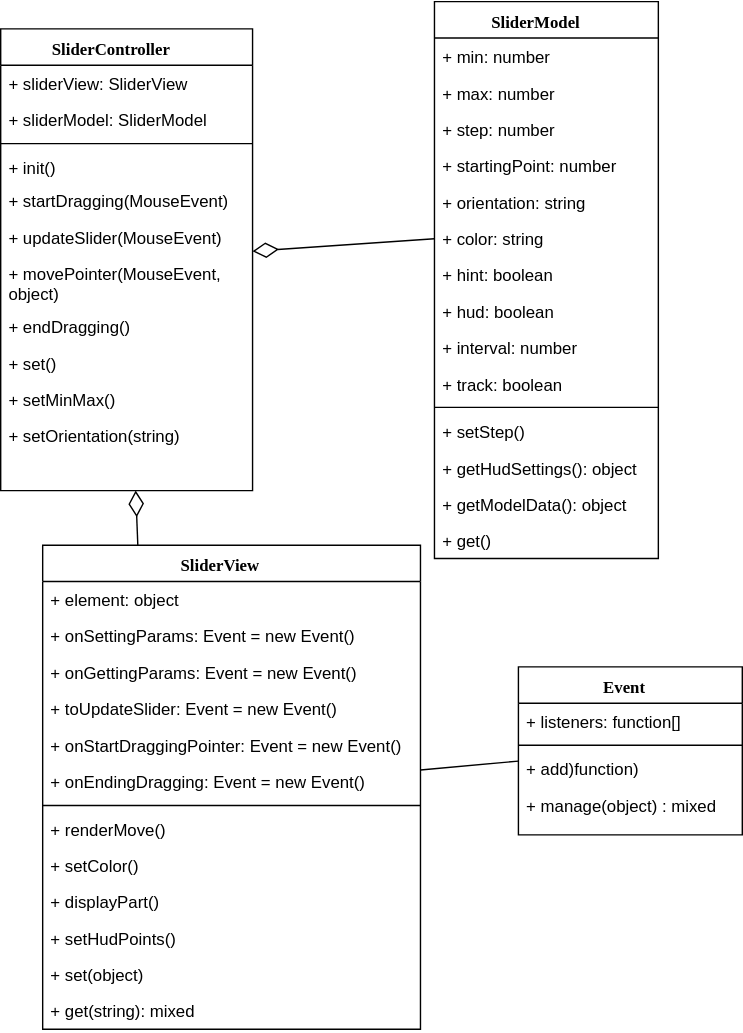
Above: UML.svg in SpekalsG3/SliderPlugin (draw.io), before the change. Source tidied: cells renumbered, new cells last; positions are measured from the earlier drawing's top-left corner, leaving out a move shared by most shapes.
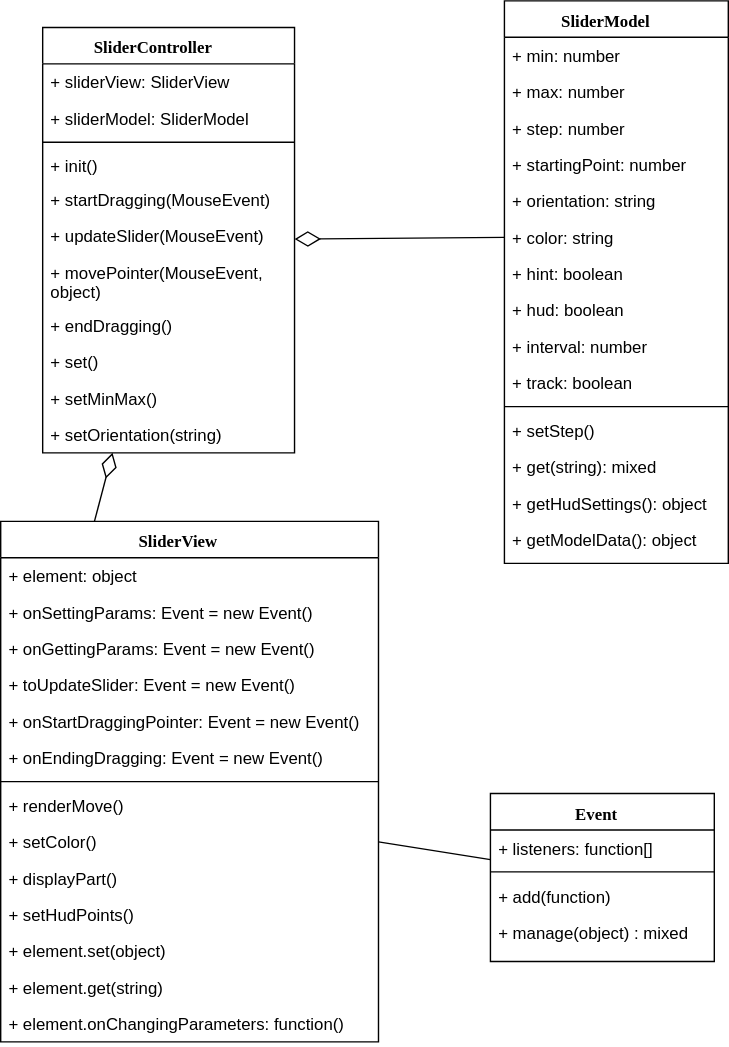
The same diagram one commit later.

Commit message:
Updated UML diagram for new features

What changed in the source:
```diff
@@ -3,7 +3,7 @@
     <mxCell id="0" />
     <mxCell id="1" parent="0" />
     <mxCell id="2" value="SliderController" style="swimlane;html=1;fontStyle=1;align=center;verticalAlign=top;horizontal=1;startSize=26;swimlaneFillColor=#ffffff;rounded=0;shadow=0;comic=0;labelBackgroundColor=none;strokeColor=#000000;strokeWidth=1;fillColor=none;fontFamily=Verdana;fontSize=12;fontColor=#000000;" parent="1" vertex="1">
-      <mxGeometry y="19" width="180" height="330" as="geometry" />
+      <mxGeometry y="19" width="180" height="304" as="geometry" />
     </mxCell>
     <mxCell id="3" value="+ sliderView: SliderView" style="text;html=1;strokeColor=none;fillColor=none;align=left;verticalAlign=top;spacingLeft=4;spacingRight=4;whiteSpace=wrap;overflow=hidden;" parent="2" vertex="1">
       <mxGeometry y="26" width="180" height="26" as="geometry" />
@@ -42,7 +42,7 @@
       <mxGeometry relative="1" as="geometry" />
     </mxCell>
     <mxCell id="15" value="SliderView" style="swimlane;html=1;fontStyle=1;align=center;verticalAlign=top;horizontal=1;startSize=26;swimlaneFillColor=#ffffff;rounded=0;shadow=0;comic=0;labelBackgroundColor=none;strokeColor=#000000;strokeWidth=1;fillColor=none;fontFamily=Verdana;fontSize=12;fontColor=#000000;" parent="1" vertex="1">
-      <mxGeometry x="30" y="388" width="270" height="346" as="geometry" />
+      <mxGeometry x="-30" y="372" width="270" height="372" as="geometry" />
     </mxCell>
     <mxCell id="16" value="+ element: object" style="text;html=1;strokeColor=none;fillColor=none;align=left;verticalAlign=top;spacingLeft=4;spacingRight=4;whiteSpace=wrap;overflow=hidden;" parent="15" vertex="1">
       <mxGeometry y="26" width="270" height="26" as="geometry" />
@@ -77,14 +77,17 @@
     <mxCell id="26" value="+ setHudPoints()" style="text;html=1;strokeColor=none;fillColor=none;align=left;verticalAlign=top;spacingLeft=4;spacingRight=4;whiteSpace=wrap;overflow=hidden;" parent="15" vertex="1">
       <mxGeometry y="268" width="270" height="26" as="geometry" />
     </mxCell>
-    <mxCell id="27" value="+ set(object)" style="text;html=1;strokeColor=none;fillColor=none;align=left;verticalAlign=top;spacingLeft=4;spacingRight=4;whiteSpace=wrap;overflow=hidden;" parent="15" vertex="1">
+    <mxCell id="27" value="+ element.set(object)" style="text;html=1;strokeColor=none;fillColor=none;align=left;verticalAlign=top;spacingLeft=4;spacingRight=4;whiteSpace=wrap;overflow=hidden;" parent="15" vertex="1">
       <mxGeometry y="294" width="270" height="26" as="geometry" />
     </mxCell>
-    <mxCell id="28" value="+ get(string): mixed" style="text;html=1;strokeColor=none;fillColor=none;align=left;verticalAlign=top;spacingLeft=4;spacingRight=4;whiteSpace=wrap;overflow=hidden;" parent="15" vertex="1">
-      <mxGeometry y="320" width="270" height="26" as="geometry" />
-    </mxCell>
+    <mxCell id="52" value="+ element.get(string)" style="text;html=1;strokeColor=none;fillColor=none;align=left;verticalAlign=top;spacingLeft=4;spacingRight=4;whiteSpace=wrap;overflow=hidden;" parent="15" vertex="1">
+      <mxGeometry y="320" width="270" height="26" as="geometry" />
+    </mxCell>
+    <mxCell id="53" value="+ element.onChangingParameters: function()" style="text;html=1;strokeColor=none;fillColor=none;align=left;verticalAlign=top;spacingLeft=4;spacingRight=4;whiteSpace=wrap;overflow=hidden;" parent="15" vertex="1">
+      <mxGeometry y="346" width="270" height="26" as="geometry" />
+    </mxCell>
     <mxCell id="29" value="SliderModel" style="swimlane;html=1;fontStyle=1;align=center;verticalAlign=top;horizontal=1;startSize=26;swimlaneFillColor=#ffffff;rounded=0;shadow=0;comic=0;labelBackgroundColor=none;strokeColor=#000000;strokeWidth=1;fillColor=none;fontFamily=Verdana;fontSize=12;fontColor=#000000;" parent="1" vertex="1">
-      <mxGeometry x="310" y="-0.5" width="160" height="398" as="geometry" />
+      <mxGeometry x="330" width="160" height="402" as="geometry" />
     </mxCell>
     <mxCell id="30" value="+ min: number" style="text;html=1;strokeColor=none;fillColor=none;align=left;verticalAlign=top;spacingLeft=4;spacingRight=4;whiteSpace=wrap;overflow=hidden;" parent="29" vertex="1">
       <mxGeometry y="26" width="160" height="26" as="geometry" />
@@ -122,20 +125,20 @@
     <mxCell id="41" value="+ setStep()" style="text;html=1;strokeColor=none;fillColor=none;align=left;verticalAlign=top;spacingLeft=4;spacingRight=4;whiteSpace=wrap;overflow=hidden;" parent="29" vertex="1">
       <mxGeometry y="294" width="160" height="26" as="geometry" />
     </mxCell>
+    <mxCell id="28" value="+ get(string): mixed" style="text;html=1;strokeColor=none;fillColor=none;align=left;verticalAlign=top;spacingLeft=4;spacingRight=4;whiteSpace=wrap;overflow=hidden;" parent="29" vertex="1">
+      <mxGeometry y="320" width="160" height="26" as="geometry" />
+    </mxCell>
     <mxCell id="42" value="+ getHudSettings(): object" style="text;html=1;strokeColor=none;fillColor=none;align=left;verticalAlign=top;spacingLeft=4;spacingRight=4;whiteSpace=wrap;overflow=hidden;" parent="29" vertex="1">
-      <mxGeometry y="320" width="160" height="26" as="geometry" />
+      <mxGeometry y="346" width="160" height="26" as="geometry" />
     </mxCell>
     <mxCell id="43" value="+ getModelData(): object" style="text;html=1;strokeColor=none;fillColor=none;align=left;verticalAlign=top;spacingLeft=4;spacingRight=4;whiteSpace=wrap;overflow=hidden;" parent="29" vertex="1">
-      <mxGeometry y="346" width="160" height="26" as="geometry" />
+      <mxGeometry y="372" width="160" height="26" as="geometry" />
     </mxCell>
-    <mxCell id="44" value="+ get()" style="text;html=1;strokeColor=none;fillColor=none;align=left;verticalAlign=top;spacingLeft=4;spacingRight=4;whiteSpace=wrap;overflow=hidden;" parent="29" vertex="1">
-      <mxGeometry y="372" width="160" height="26" as="geometry" />
-    </mxCell>
-    <mxCell id="45" style="edgeStyle=none;rounded=0;jettySize=auto;html=1;endArrow=none;endFill=0;" parent="1" edge="1" source="46" target="15">
+    <mxCell id="45" style="edgeStyle=none;rounded=0;jettySize=auto;html=1;endArrow=none;endFill=0;entryX=1;entryY=0.5;entryDx=0;entryDy=0;" parent="1" edge="1" source="46" target="24">
       <mxGeometry relative="1" as="geometry" />
     </mxCell>
     <mxCell id="46" value="Event" style="swimlane;html=1;fontStyle=1;align=center;verticalAlign=top;horizontal=1;startSize=26;swimlaneFillColor=#ffffff;rounded=0;shadow=0;comic=0;labelBackgroundColor=none;strokeColor=#000000;strokeWidth=1;fillColor=none;fontFamily=Verdana;fontSize=12;fontColor=#000000;" parent="1" vertex="1">
-      <mxGeometry x="370" y="475" width="160" height="120" as="geometry" />
+      <mxGeometry x="320" y="566.5" width="160" height="120" as="geometry" />
     </mxCell>
     <mxCell id="47" value="+ listeners: function[]" style="text;html=1;strokeColor=none;fillColor=none;align=left;verticalAlign=top;spacingLeft=4;spacingRight=4;whiteSpace=wrap;overflow=hidden;" parent="46" vertex="1">
       <mxGeometry y="26" width="160" height="26" as="geometry" />
@@ -143,7 +146,7 @@
     <mxCell id="48" style="line;html=1;strokeWidth=1;fillColor=none;align=left;verticalAlign=middle;spacingTop=-1;spacingLeft=3;spacingRight=3;labelPosition=right;" parent="46" vertex="1">
       <mxGeometry y="52" width="160" height="8" as="geometry" />
     </mxCell>
-    <mxCell id="49" value="+ add)function)" style="text;html=1;strokeColor=none;fillColor=none;align=left;verticalAlign=top;spacingLeft=4;spacingRight=4;whiteSpace=wrap;overflow=hidden;" parent="46" vertex="1">
+    <mxCell id="49" value="+ add(function)" style="text;html=1;strokeColor=none;fillColor=none;align=left;verticalAlign=top;spacingLeft=4;spacingRight=4;whiteSpace=wrap;overflow=hidden;" parent="46" vertex="1">
       <mxGeometry y="60" width="160" height="26" as="geometry" />
     </mxCell>
     <mxCell id="50" value="+ manage(object) : mixed" style="text;html=1;strokeColor=none;fillColor=none;align=left;verticalAlign=top;spacingLeft=4;spacingRight=4;whiteSpace=wrap;overflow=hidden;" parent="46" vertex="1">
```
